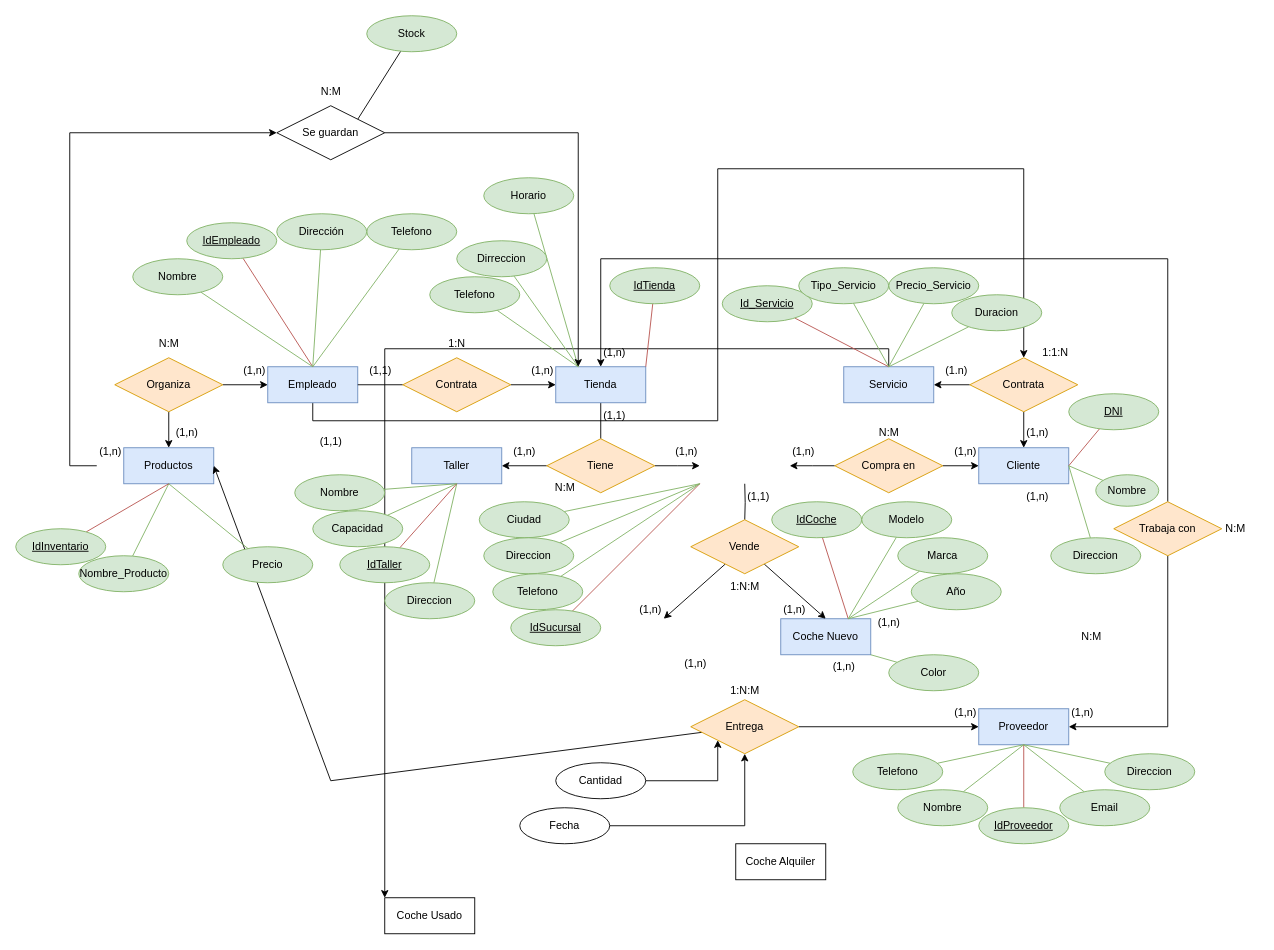
The draw.io diagram Overcame.drawio in YerayGM/ProyectoOvercame-BAE, before the edit. Source tidied: cells renumbered, new cells numbered last; positions are measured from the earlier drawing's top-left corner, leaving out a move shared by most shapes. Both pictures are drawn from the tidied source at 90%, with x=0, y=0 at pixel (15, 15).
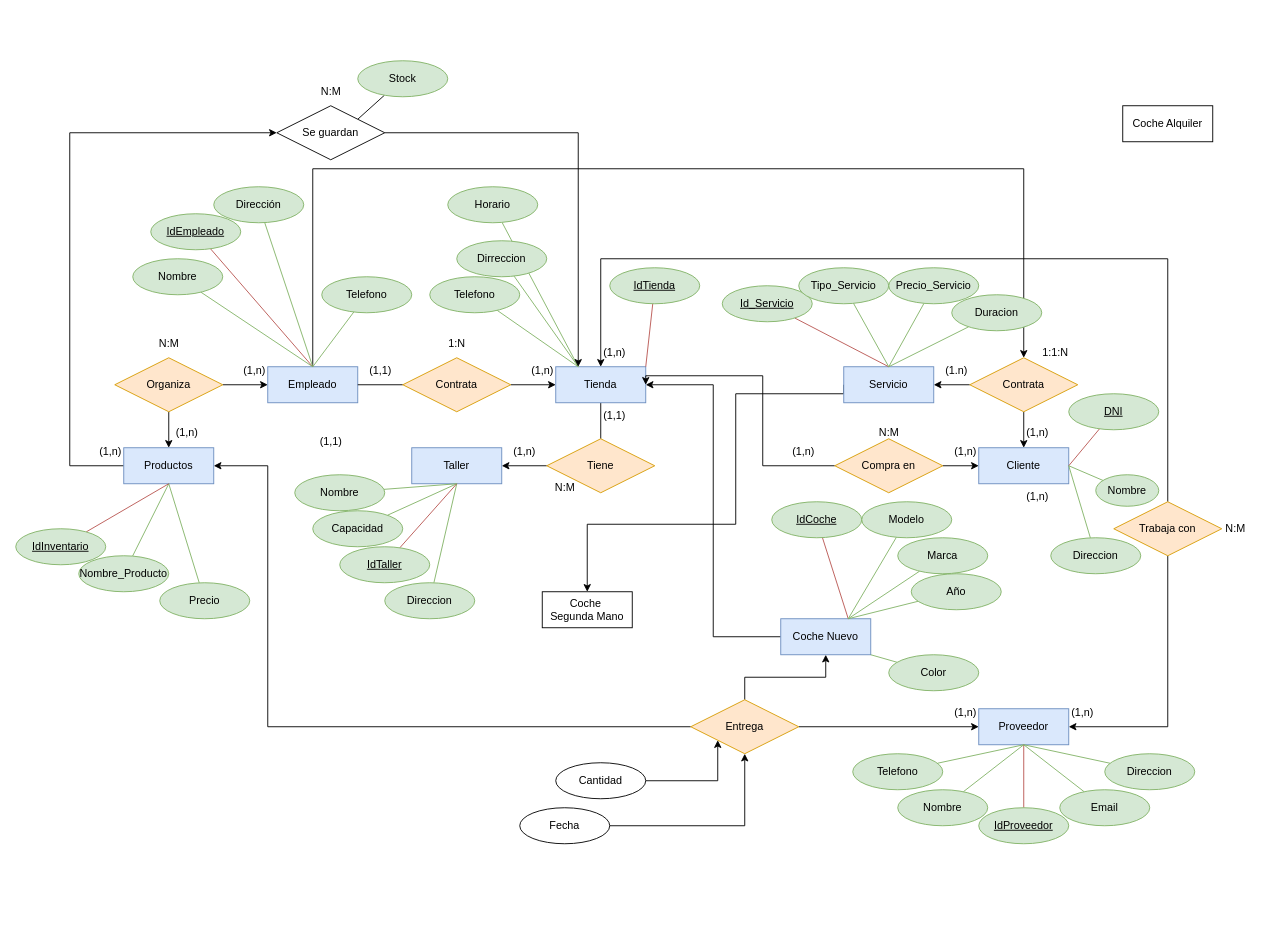
Above is the later version.

Unchanged cells that the change refers to:
```xml
<mxCell id="3" value="Productos" style="whiteSpace=wrap;html=1;align=center;fillColor=#dae8fc;strokeColor=#6c8ebf;" parent="1" vertex="1">
  <mxGeometry x="120" y="480" width="100" height="40" as="geometry" />
</mxCell>
<mxCell id="5" value="Empleado" style="whiteSpace=wrap;html=1;align=center;fillColor=#dae8fc;strokeColor=#6c8ebf;" parent="1" vertex="1">
  <mxGeometry x="280" y="390" width="100" height="40" as="geometry" />
</mxCell>
<mxCell id="7" value="Servicio" style="whiteSpace=wrap;html=1;align=center;fillColor=#dae8fc;strokeColor=#6c8ebf;" parent="1" vertex="1">
  <mxGeometry x="920" y="390" width="100" height="40" as="geometry" />
</mxCell>
<mxCell id="11" value="Tienda" style="whiteSpace=wrap;html=1;align=center;fillColor=#dae8fc;strokeColor=#6c8ebf;" parent="1" vertex="1">
  <mxGeometry x="600" y="390" width="100" height="40" as="geometry" />
</mxCell>
<mxCell id="14" value="Coche Nuevo" style="whiteSpace=wrap;html=1;align=center;fillColor=#dae8fc;strokeColor=#6c8ebf;" parent="1" vertex="1">
  <mxGeometry x="850" y="670" width="100" height="40" as="geometry" />
</mxCell>
<mxCell id="17" value="Entrega" style="shape=rhombus;perimeter=rhombusPerimeter;whiteSpace=wrap;html=1;align=center;fillColor=#ffe6cc;strokeColor=#d79b00;" parent="1" vertex="1">
  <mxGeometry x="750" y="760" width="120" height="60" as="geometry" />
</mxCell>
<mxCell id="23" value="Contrata" style="shape=rhombus;perimeter=rhombusPerimeter;whiteSpace=wrap;html=1;align=center;fillColor=#ffe6cc;strokeColor=#d79b00;" parent="1" vertex="1">
  <mxGeometry x="1060" y="380" width="120" height="60" as="geometry" />
</mxCell>
<mxCell id="29" value="Compra en" style="shape=rhombus;perimeter=rhombusPerimeter;whiteSpace=wrap;html=1;align=center;fillColor=#ffe6cc;strokeColor=#d79b00;" parent="1" vertex="1">
  <mxGeometry x="910" y="470" width="120" height="60" as="geometry" />
</mxCell>
<mxCell id="35" value="Tiene" style="shape=rhombus;perimeter=rhombusPerimeter;whiteSpace=wrap;html=1;align=center;fillColor=#ffe6cc;strokeColor=#d79b00;" parent="1" vertex="1">
  <mxGeometry x="590" y="470" width="120" height="60" as="geometry" />
</mxCell>
<mxCell id="145" value="Se guardan" style="shape=rhombus;perimeter=rhombusPerimeter;whiteSpace=wrap;html=1;align=center;" parent="1" vertex="1">
  <mxGeometry x="290" y="100" width="120" height="60" as="geometry" />
</mxCell>
```

What changed in the source:
```diff
@@
-    <mxCell id="2" style="edgeStyle=orthogonalEdgeStyle;rounded=0;jettySize=auto;html=1;" parent="1" edge="1" target="145">
+    <mxCell id="2" style="edgeStyle=orthogonalEdgeStyle;rounded=0;jettySize=auto;html=1;" parent="1" edge="1" source="3" target="145">
       <mxGeometry relative="1" as="geometry">
-        <mxPoint x="90" y="500" as="sourcePoint" />
         <Array as="points">
           <mxPoint x="60" y="500" />
           <mxPoint x="60" y="130" />
         </Array>
       </mxGeometry>
     </mxCell>
@@
     <mxCell id="4" style="edgeStyle=orthogonalEdgeStyle;rounded=0;jettySize=auto;html=1;" parent="1" edge="1" source="5" target="23">
       <mxGeometry relative="1" as="geometry">
         <Array as="points">
-          <mxPoint x="330" y="450" />
-          <mxPoint x="780" y="450" />
-          <mxPoint x="780" y="170" />
+          <mxPoint x="330" y="170" />
           <mxPoint x="1120" y="170" />
         </Array>
       </mxGeometry>
     </mxCell>
@@
-    <mxCell id="6" style="edgeStyle=orthogonalEdgeStyle;rounded=0;jettySize=auto;html=1;" parent="1" edge="1" source="7" target="153">
+    <mxCell id="6" style="edgeStyle=orthogonalEdgeStyle;rounded=0;jettySize=auto;html=1;exitX=0;exitY=0.5;exitDx=0;exitDy=0;" parent="1" edge="1" source="7" target="153">
       <mxGeometry relative="1" as="geometry">
         <Array as="points">
-          <mxPoint x="970" y="370" />
-          <mxPoint x="410" y="370" />
+          <mxPoint x="920" y="420" />
+          <mxPoint x="800" y="420" />
+          <mxPoint x="800" y="565" />
+          <mxPoint x="635" y="565" />
         </Array>
       </mxGeometry>
     </mxCell>
@@
-    <mxCell id="9" style="edgeStyle=orthogonalEdgeStyle;rounded=0;jettySize=auto;html=1;endArrow=none;endFill=0;" parent="1" edge="1" target="32">
-      <mxGeometry relative="1" as="geometry">
-        <mxPoint x="810" y="520" as="sourcePoint" />
-      </mxGeometry>
-    </mxCell>
@@
+    <mxCell id="154" style="edgeStyle=orthogonalEdgeStyle;rounded=0;jettySize=auto;html=1;entryX=1;entryY=0.5;entryDx=0;entryDy=0;" parent="1" edge="1" source="14" target="11">
+      <mxGeometry relative="1" as="geometry" />
+    </mxCell>
@@
-    <mxCell id="15" style="rounded=0;jettySize=auto;html=1;entryX=1;entryY=0.5;entryDx=0;entryDy=0;" parent="1" edge="1" source="17" target="3">
+    <mxCell id="15" style="rounded=0;jettySize=auto;html=1;entryX=1;entryY=0.5;entryDx=0;entryDy=0;edgeStyle=orthogonalEdgeStyle;" parent="1" edge="1" source="17" target="3">
       <mxGeometry relative="1" as="geometry">
         <Array as="points">
-          <mxPoint x="350" y="850" />
+          <mxPoint x="280" y="790" />
+          <mxPoint x="280" y="500" />
         </Array>
       </mxGeometry>
     </mxCell>
@@
+    <mxCell id="155" style="edgeStyle=orthogonalEdgeStyle;rounded=0;jettySize=auto;html=1;entryX=0.5;entryY=1;entryDx=0;entryDy=0;" parent="1" edge="1" source="17" target="14">
+      <mxGeometry relative="1" as="geometry" />
+    </mxCell>
@@
-    <mxCell id="27" style="edgeStyle=orthogonalEdgeStyle;rounded=0;jettySize=auto;html=1;entryX=1;entryY=0.5;entryDx=0;entryDy=0;" parent="1" edge="1" source="29">
+    <mxCell id="27" style="edgeStyle=orthogonalEdgeStyle;rounded=0;jettySize=auto;html=1;entryX=1;entryY=0.5;entryDx=0;entryDy=0;" parent="1" edge="1" source="29" target="11">
       <mxGeometry relative="1" as="geometry">
-        <mxPoint x="860" y="500" as="targetPoint" />
+        <Array as="points">
+          <mxPoint x="830" y="500" />
+          <mxPoint x="830" y="400" />
+          <mxPoint x="700" y="400" />
+        </Array>
       </mxGeometry>
     </mxCell>
@@
-    <mxCell id="30" style="rounded=0;jettySize=auto;html=1;entryX=0.5;entryY=0;entryDx=0;entryDy=0;endArrow=classic;endFill=1;" parent="1" edge="1" source="32">
-      <mxGeometry relative="1" as="geometry">
-        <mxPoint x="720" y="670" as="targetPoint" />
-      </mxGeometry>
-    </mxCell>
-    <mxCell id="31" style="rounded=0;jettySize=auto;html=1;entryX=0.5;entryY=0;entryDx=0;entryDy=0;" parent="1" edge="1" source="32" target="14">
-      <mxGeometry relative="1" as="geometry" />
-    </mxCell>
-    <mxCell id="32" value="Vende" style="shape=rhombus;perimeter=rhombusPerimeter;whiteSpace=wrap;html=1;align=center;fillColor=#ffe6cc;strokeColor=#d79b00;" parent="1" vertex="1">
-      <mxGeometry x="750" y="560" width="120" height="60" as="geometry" />
-    </mxCell>
-    <mxCell id="33" style="edgeStyle=orthogonalEdgeStyle;rounded=0;jettySize=auto;html=1;entryX=0;entryY=0.5;entryDx=0;entryDy=0;" parent="1" edge="1" source="35">
-      <mxGeometry relative="1" as="geometry">
-        <mxPoint x="760" y="500" as="targetPoint" />
-      </mxGeometry>
-    </mxCell>
@@
-    <mxCell id="36" value="(1,n)" style="text;html=1;align=center;verticalAlign=middle;strokeColor=none;fillColor=none;" parent="1" vertex="1">
-      <mxGeometry x="720" y="470" width="50" height="30" as="geometry" />
-    </mxCell>
@@
-    <mxCell id="39" value="(1,1)" style="text;html=1;align=center;verticalAlign=middle;strokeColor=none;fillColor=none;" parent="1" vertex="1">
-      <mxGeometry x="800" y="520" width="50" height="30" as="geometry" />
-    </mxCell>
-    <mxCell id="40" value="(1,n)" style="text;html=1;align=center;verticalAlign=middle;strokeColor=none;fillColor=none;" parent="1" vertex="1">
-      <mxGeometry x="840" y="645" width="50" height="30" as="geometry" />
-    </mxCell>
-    <mxCell id="41" value="(1,n)" style="text;html=1;align=center;verticalAlign=middle;strokeColor=none;fillColor=none;" parent="1" vertex="1">
-      <mxGeometry x="680" y="645" width="50" height="30" as="geometry" />
-    </mxCell>
@@
-    <mxCell id="55" value="(1,n)" style="text;html=1;align=center;verticalAlign=middle;strokeColor=none;fillColor=none;" parent="1" vertex="1">
-      <mxGeometry x="895" y="708" width="50" height="30" as="geometry" />
-    </mxCell>
-    <mxCell id="56" value="(1,n)" style="text;html=1;align=center;verticalAlign=middle;strokeColor=none;fillColor=none;" parent="1" vertex="1">
-      <mxGeometry x="730" y="705" width="50" height="30" as="geometry" />
-    </mxCell>
@@
-    <mxCell id="59" value="(1,n)" style="text;html=1;align=center;verticalAlign=middle;strokeColor=none;fillColor=none;" parent="1" vertex="1">
-      <mxGeometry x="945" y="660" width="50" height="30" as="geometry" />
-    </mxCell>
-    <mxCell id="60" value="N:M" style="text;html=1;align=center;verticalAlign=middle;strokeColor=none;fillColor=none;" parent="1" vertex="1">
-      <mxGeometry x="1170" y="675" width="50" height="30" as="geometry" />
-    </mxCell>
@@
-    <mxCell id="67" value="1:N:M" style="text;html=1;align=center;verticalAlign=middle;strokeColor=none;fillColor=none;" parent="1" vertex="1">
-      <mxGeometry x="780" y="735" width="60" height="30" as="geometry" />
-    </mxCell>
@@
     <mxCell id="69" value="IdEmpleado" style="ellipse;whiteSpace=wrap;html=1;align=center;fontStyle=4;fillColor=#d5e8d4;strokeColor=#82b366;" parent="1" vertex="1">
-      <mxGeometry x="190" y="230" width="100" height="40" as="geometry" />
+      <mxGeometry x="150" y="220" width="100" height="40" as="geometry" />
     </mxCell>
-    <mxCell id="70" style="rounded=0;jettySize=auto;html=1;entryX=0;entryY=1;entryDx=0;entryDy=0;endArrow=none;endFill=0;fillColor=#d5e8d4;strokeColor=#82b366;" parent="1" edge="1" source="71">
-      <mxGeometry relative="1" as="geometry">
-        <mxPoint x="760" y="520" as="targetPoint" />
-      </mxGeometry>
-    </mxCell>
-    <mxCell id="71" value="Ciudad" style="ellipse;whiteSpace=wrap;html=1;align=center;fillColor=#d5e8d4;strokeColor=#82b366;" parent="1" vertex="1">
-      <mxGeometry x="515" y="540" width="100" height="40" as="geometry" />
-    </mxCell>
-    <mxCell id="72" style="rounded=0;jettySize=auto;html=1;entryX=0;entryY=1;entryDx=0;entryDy=0;endArrow=none;endFill=0;fillColor=#d5e8d4;strokeColor=#82b366;" parent="1" edge="1" source="73">
-      <mxGeometry relative="1" as="geometry">
-        <mxPoint x="760" y="520" as="targetPoint" />
-      </mxGeometry>
-    </mxCell>
-    <mxCell id="73" value="Direccion" style="ellipse;whiteSpace=wrap;html=1;align=center;fillColor=#d5e8d4;strokeColor=#82b366;" parent="1" vertex="1">
-      <mxGeometry x="520" y="580" width="100" height="40" as="geometry" />
-    </mxCell>
@@
     <mxCell id="77" value="Horario" style="ellipse;whiteSpace=wrap;html=1;align=center;fillColor=#d5e8d4;strokeColor=#82b366;" parent="1" vertex="1">
-      <mxGeometry x="520" y="180" width="100" height="40" as="geometry" />
+      <mxGeometry x="480" y="190" width="100" height="40" as="geometry" />
     </mxCell>
@@
     <mxCell id="85" value="Precio" style="ellipse;whiteSpace=wrap;html=1;align=center;fillColor=#d5e8d4;strokeColor=#82b366;" parent="1" vertex="1">
-      <mxGeometry x="230" y="590" width="100" height="40" as="geometry" />
+      <mxGeometry x="160" y="630" width="100" height="40" as="geometry" />
     </mxCell>
@@
     <mxCell id="87" value="Stock" style="ellipse;whiteSpace=wrap;html=1;align=center;fillColor=#d5e8d4;strokeColor=#82b366;" parent="1" vertex="1">
-      <mxGeometry x="390" width="100" height="40" as="geometry" />
+      <mxGeometry x="380" y="50" width="100" height="40" as="geometry" />
     </mxCell>
@@
     <mxCell id="90" value="Telefono" style="ellipse;whiteSpace=wrap;html=1;align=center;fillColor=#d5e8d4;strokeColor=#82b366;" parent="1" vertex="1">
-      <mxGeometry x="390" y="220" width="100" height="40" as="geometry" />
+      <mxGeometry x="340" y="290" width="100" height="40" as="geometry" />
     </mxCell>
@@
     <mxCell id="94" value="Dirección" style="ellipse;whiteSpace=wrap;html=1;align=center;fillColor=#d5e8d4;strokeColor=#82b366;" parent="1" vertex="1">
-      <mxGeometry x="290" y="220" width="100" height="40" as="geometry" />
+      <mxGeometry x="220" y="190" width="100" height="40" as="geometry" />
     </mxCell>
@@
-    <mxCell id="104" style="rounded=0;jettySize=auto;html=1;entryX=0;entryY=1;entryDx=0;entryDy=0;endArrow=none;endFill=0;fillColor=#f8cecc;strokeColor=#b85450;" parent="1" edge="1" source="105">
-      <mxGeometry relative="1" as="geometry">
-        <mxPoint x="760" y="520" as="targetPoint" />
-      </mxGeometry>
-    </mxCell>
-    <mxCell id="105" value="IdSucursal" style="ellipse;whiteSpace=wrap;html=1;align=center;fontStyle=4;fillColor=#d5e8d4;strokeColor=#82b366;" parent="1" vertex="1">
-      <mxGeometry x="550" y="660" width="100" height="40" as="geometry" />
-    </mxCell>
@@
-    <mxCell id="140" style="rounded=0;jettySize=auto;html=1;entryX=0;entryY=1;entryDx=0;entryDy=0;endArrow=none;endFill=0;fillColor=#d5e8d4;strokeColor=#82b366;" parent="1" edge="1" source="141">
-      <mxGeometry relative="1" as="geometry">
-        <mxPoint x="760" y="520" as="targetPoint" />
-      </mxGeometry>
-    </mxCell>
-    <mxCell id="141" value="Telefono" style="ellipse;whiteSpace=wrap;html=1;align=center;fillColor=#d5e8d4;strokeColor=#82b366;" parent="1" vertex="1">
-      <mxGeometry x="530" y="620" width="100" height="40" as="geometry" />
-    </mxCell>
-    <mxCell id="142" value="1:N:M" style="text;html=1;align=center;verticalAlign=middle;strokeColor=none;fillColor=none;" parent="1" vertex="1">
-      <mxGeometry x="780" y="620" width="60" height="30" as="geometry" />
-    </mxCell>
@@
     <mxCell id="152" value="Coche Alquiler" style="whiteSpace=wrap;html=1;align=center;" parent="1" vertex="1">
-      <mxGeometry x="800" y="920" width="100" height="40" as="geometry" />
+      <mxGeometry x="1230" y="100" width="100" height="40" as="geometry" />
     </mxCell>
-    <mxCell id="153" value="Coche Usado" style="whiteSpace=wrap;html=1;align=center;" parent="1" vertex="1">
-      <mxGeometry x="410" y="980" width="100" height="40" as="geometry" />
+    <mxCell id="153" value="Coche&amp;nbsp;&lt;div&gt;Segunda&amp;nbsp;&lt;span style=&quot;background-color: initial;&quot;&gt;Mano&lt;/span&gt;&lt;/div&gt;" style="whiteSpace=wrap;html=1;align=center;" parent="1" vertex="1">
+      <mxGeometry x="585" y="640" width="100" height="40" as="geometry" />
     </mxCell>
```
